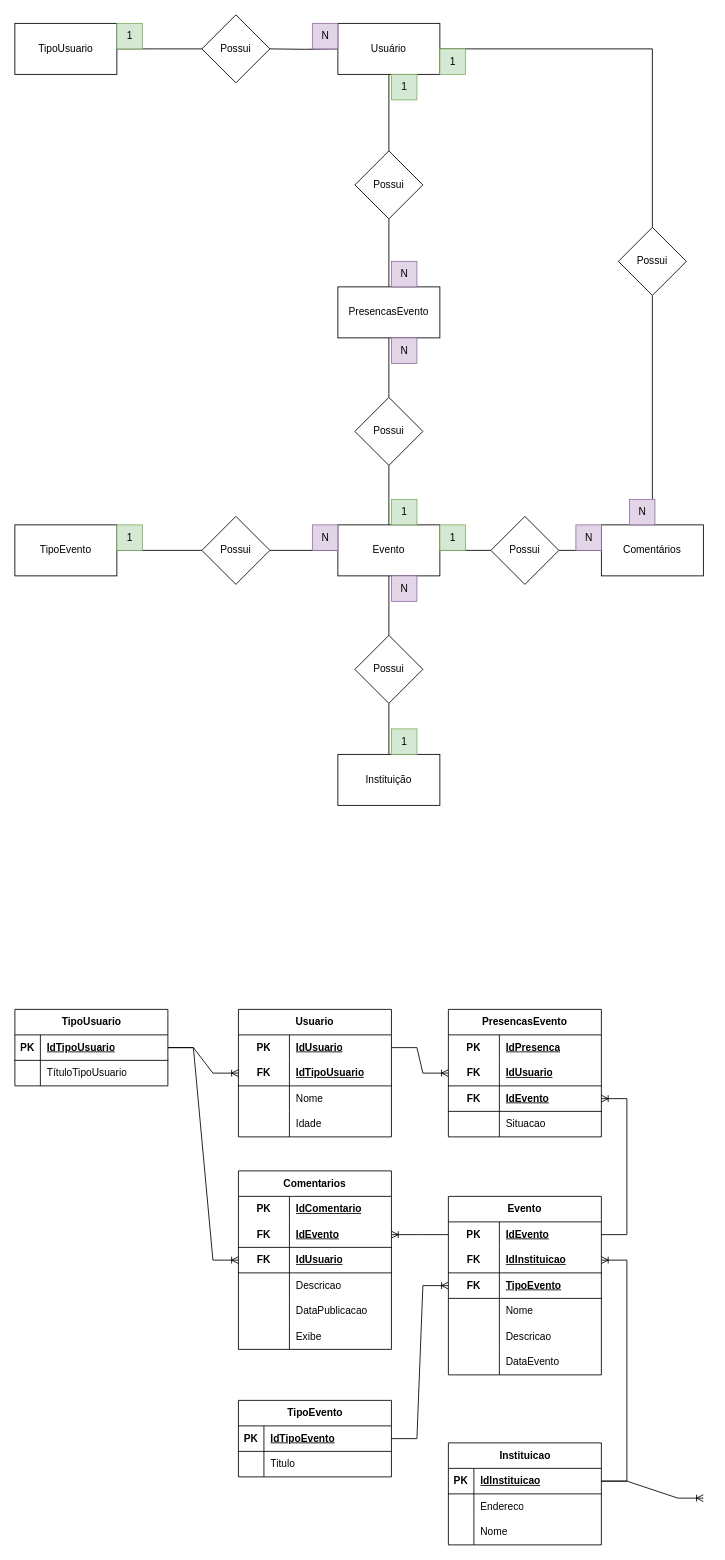
The draw.io diagram 2ºSemestre/Banco de dados (1)/Projeto EVENT+/Modelagem de dados.drawio in Filipe-Gois/Senai, before the edit. Source tidied: cells renumbered, new cells numbered last; positions are measured from the earlier drawing's top-left corner, leaving out a move shared by most shapes. Both pictures are drawn from the tidied source at 85%, with x=0, y=0 at pixel (14, 14).
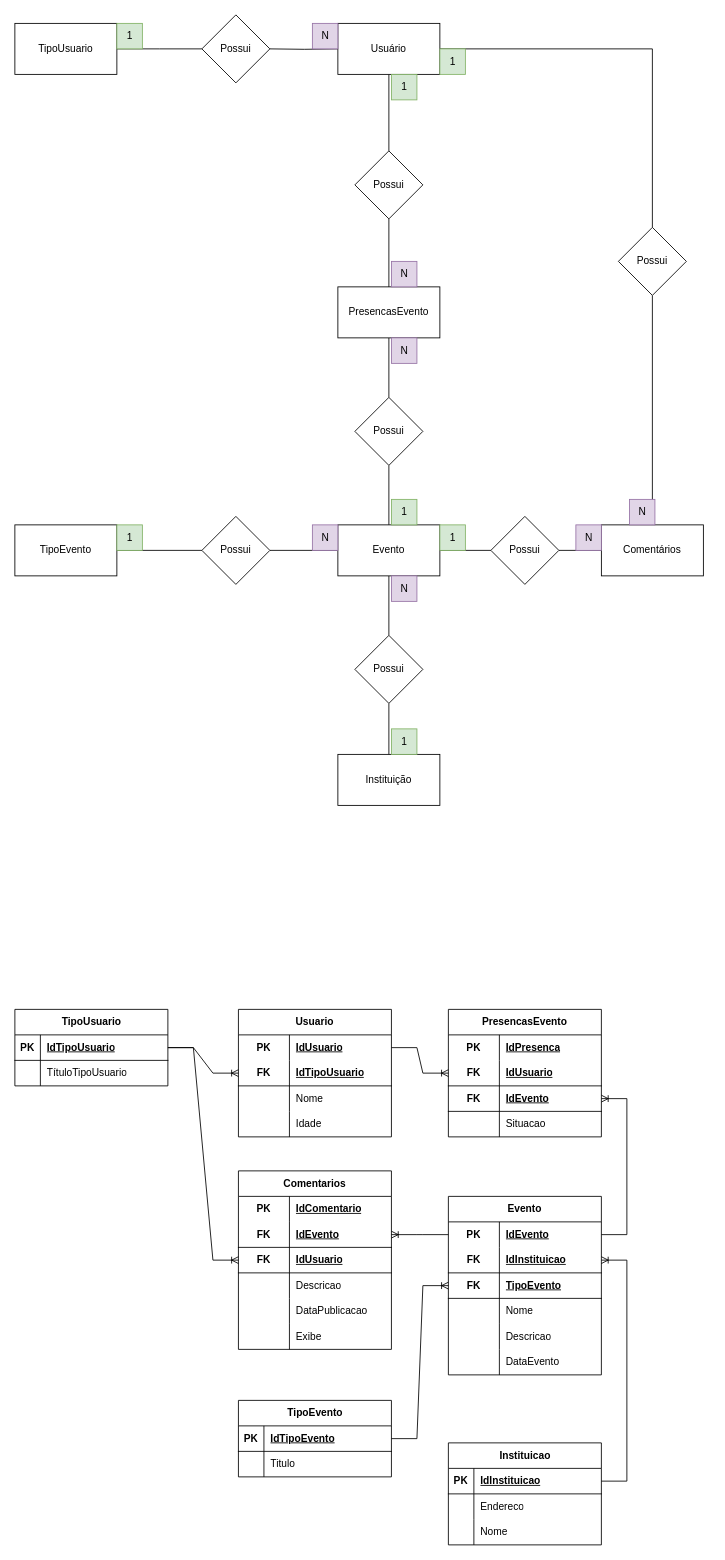
The same diagram, later.

The change refers to these unchanged cells:
```xml
<mxCell id="108" style="shape=tableRow;horizontal=0;startSize=0;swimlaneHead=0;swimlaneBody=0;fillColor=none;points=[[0,0.5],[1,0.5]];portConstraint=eastwest;top=0;left=0;right=0;bottom=1;" parent="107" vertex="1">
  <mxGeometry y="30" width="180" height="30" as="geometry" />
</mxCell>
```

Change to the diagram source:
```diff
@@
-    <mxCell id="117" style="edgeStyle=entityRelationEdgeStyle;fontSize=12;html=1;endArrow=ERoneToMany;rounded=0;exitX=1;exitY=0.5;exitDx=0;exitDy=0;entryX=1;entryY=0.5;entryDx=0;entryDy=0;" parent="1" edge="1" source="108">
-      <mxGeometry relative="1" as="geometry">
-        <mxPoint x="810" y="1745" as="targetPoint" />
-      </mxGeometry>
-    </mxCell>
```
